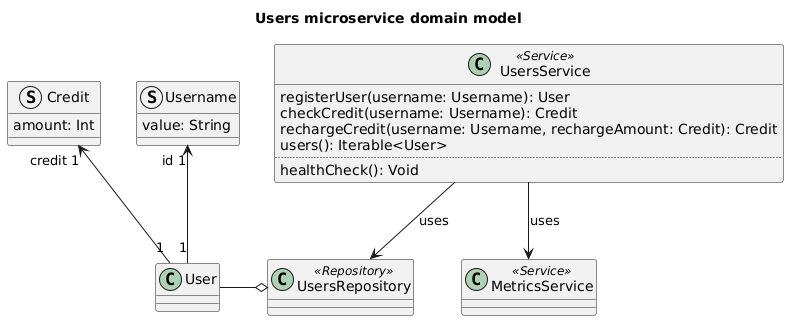
Ventus218/SAP-assignment-02 keeps this PlantUML diagram as doc/diagrams/users-microservice-domain-model.png. Above is the earlier version.
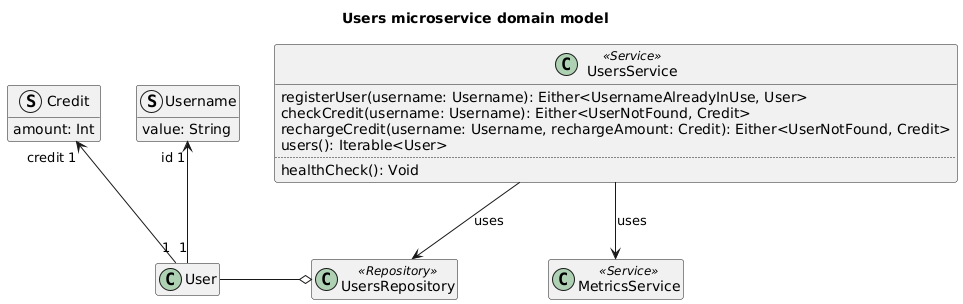
The same diagram one commit later.

What changed in the source:
```diff
@@ -18,9 +18,9 @@
 UsersRepository o-l- User
 
 class UsersService <<Service>> {
-    registerUser(username: Username): User
-    checkCredit(username: Username): Credit
-    rechargeCredit(username: Username, rechargeAmount: Credit): Credit
+    registerUser(username: Username): Either<UsernameAlreadyInUse, User>
+    checkCredit(username: Username): Either<UserNotFound, Credit>
+    rechargeCredit(username: Username, rechargeAmount: Credit): Either<UserNotFound, Credit>
     users(): Iterable<User>
     ..
     healthCheck(): Void
@@ -31,4 +31,6 @@
 class MetricsService <<Service>>
 UsersService --> MetricsService : "uses"
 
+hide empty members
+
 @enduml
```
